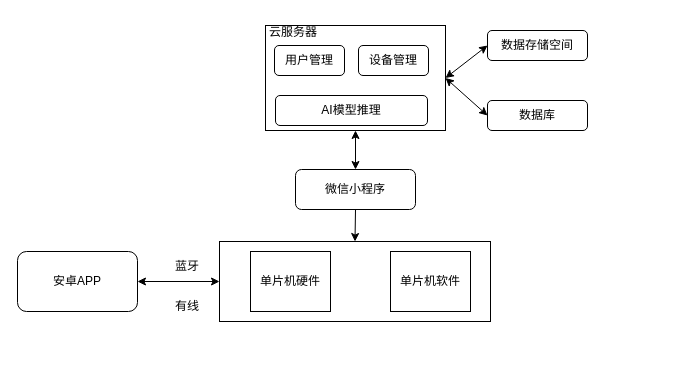
mailonghua/drawio keeps this draw.io diagram as WorkSpace/Coffe.drawio. Above is the earlier version. Source tidied: cells renumbered, new cells numbered last; positions are measured from the earlier drawing's top-left corner, leaving out a move shared by most shapes. Both pictures are drawn from the tidied source at 100%, with x=0, y=0 at pixel (17, 17).
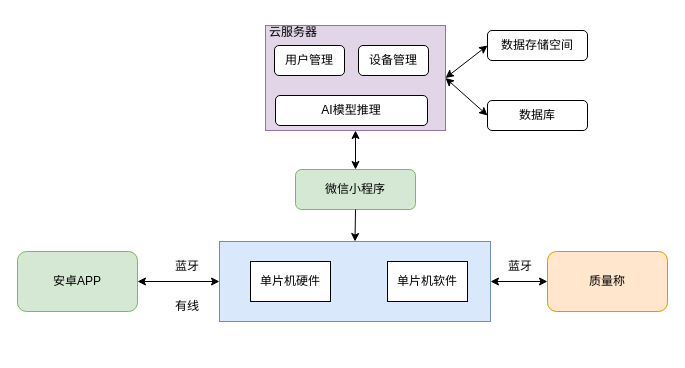
Above is the later version.

The edit, as a diff of the source:
```diff
@@
-    <mxCell id="2" value="安卓APP" style="rounded=1;whiteSpace=wrap;html=1;" parent="1" vertex="1">
+    <mxCell id="2" value="安卓APP" style="rounded=1;whiteSpace=wrap;html=1;fillColor=#d5e8d4;strokeColor=#82b366;" parent="1" vertex="1">
       <mxGeometry y="234" width="120" height="60" as="geometry" />
     </mxCell>
-    <mxCell id="3" style="group;" parent="1" vertex="1">
-      <mxGeometry x="213" y="224" width="260" height="110" as="geometry" />
-    </mxCell>
-    <mxCell id="4" style="rounded=0;whiteSpace=wrap;html=1;" parent="3" vertex="1">
-      <mxGeometry x="-11" width="271" height="80" as="geometry" />
-    </mxCell>
-    <mxCell id="5" value="单片机硬件" style="rounded=0;whiteSpace=wrap;html=1;" parent="3" vertex="1">
-      <mxGeometry x="20" y="10" width="80" height="60" as="geometry" />
-    </mxCell>
-    <mxCell id="6" value="单片机软件" style="rounded=0;whiteSpace=wrap;html=1;" parent="3" vertex="1">
-      <mxGeometry x="160" y="10" width="80" height="60" as="geometry" />
-    </mxCell>
@@
-    <mxCell id="11" value="微信小程序" style="rounded=1;whiteSpace=wrap;html=1;" parent="1" vertex="1">
+    <mxCell id="11" value="微信小程序" style="rounded=1;whiteSpace=wrap;html=1;fillColor=#d5e8d4;strokeColor=#82b366;" parent="1" vertex="1">
       <mxGeometry x="278" y="152" width="120" height="40" as="geometry" />
     </mxCell>
@@
-    <mxCell id="17" style="group;" parent="1" vertex="1">
-      <mxGeometry x="246" width="182" height="113" as="geometry" />
-    </mxCell>
+    <mxCell id="23" value="质量称" style="rounded=1;whiteSpace=wrap;html=1;fillColor=#ffe6cc;strokeColor=#d79b00;" parent="1" vertex="1">
+      <mxGeometry x="530" y="234" width="120" height="60" as="geometry" />
+    </mxCell>
+    <mxCell id="24" style="edgeStyle=orthogonalEdgeStyle;rounded=0;jettySize=auto;html=1;exitX=1;exitY=0.5;exitDx=0;exitDy=0;entryX=0;entryY=0.5;entryDx=0;entryDy=0;startArrow=classic;startFill=1;" parent="1" edge="1" source="4" target="23">
+      <mxGeometry relative="1" as="geometry" />
+    </mxCell>
+    <mxCell id="25" value="蓝牙" style="text;strokeColor=none;align=center;fillColor=none;html=1;verticalAlign=middle;whiteSpace=wrap;rounded=0;" parent="1" vertex="1">
+      <mxGeometry x="473" y="234" width="60" height="30" as="geometry" />
+    </mxCell>
+    <mxCell id="26" style="group;" parent="1" vertex="1">
+      <mxGeometry x="202" y="224" width="271" height="80" as="geometry" />
+    </mxCell>
+    <mxCell id="4" style="rounded=0;whiteSpace=wrap;html=1;fillColor=#dae8fc;strokeColor=#6c8ebf;" parent="26" vertex="1">
+      <mxGeometry width="271" height="80" as="geometry" />
+    </mxCell>
+    <mxCell id="5" value="单片机硬件" style="rounded=0;whiteSpace=wrap;html=1;" parent="26" vertex="1">
+      <mxGeometry x="31" y="20" width="80" height="40" as="geometry" />
+    </mxCell>
+    <mxCell id="6" value="单片机软件" style="rounded=0;whiteSpace=wrap;html=1;" parent="26" vertex="1">
+      <mxGeometry x="168" y="20" width="80" height="40" as="geometry" />
+    </mxCell>
-    <mxCell id="18" style="rounded=0;whiteSpace=wrap;html=1;" parent="17" vertex="1">
-      <mxGeometry x="2" y="8" width="180" height="105" as="geometry" />
+    <mxCell id="18" style="rounded=0;whiteSpace=wrap;html=1;fillColor=#e1d5e7;strokeColor=#9673a6;" parent="1" vertex="1">
+      <mxGeometry x="248" y="8" width="180" height="105" as="geometry" />
     </mxCell>
-    <mxCell id="19" value="用户管理" style="rounded=1;whiteSpace=wrap;html=1;" parent="17" vertex="1">
-      <mxGeometry x="11" y="28" width="70" height="30" as="geometry" />
+    <mxCell id="19" value="用户管理" style="rounded=1;whiteSpace=wrap;html=1;" parent="1" vertex="1">
+      <mxGeometry x="257" y="28" width="70" height="30" as="geometry" />
     </mxCell>
-    <mxCell id="20" value="设备管理" style="rounded=1;whiteSpace=wrap;html=1;" parent="17" vertex="1">
-      <mxGeometry x="95" y="28" width="70" height="30" as="geometry" />
+    <mxCell id="20" value="设备管理" style="rounded=1;whiteSpace=wrap;html=1;" parent="1" vertex="1">
+      <mxGeometry x="341" y="28" width="70" height="30" as="geometry" />
     </mxCell>
-    <mxCell id="21" value="AI模型推理" style="rounded=1;whiteSpace=wrap;html=1;" parent="17" vertex="1">
-      <mxGeometry x="12" y="78" width="152" height="30" as="geometry" />
+    <mxCell id="21" value="AI模型推理" style="rounded=1;whiteSpace=wrap;html=1;" parent="1" vertex="1">
+      <mxGeometry x="258" y="78" width="152" height="30" as="geometry" />
     </mxCell>
-    <mxCell id="22" value="云服务器" style="text;strokeColor=none;align=center;fillColor=none;html=1;verticalAlign=middle;whiteSpace=wrap;rounded=0;" parent="17" vertex="1">
-      <mxGeometry width="60" height="30" as="geometry" />
+    <mxCell id="22" value="云服务器" style="text;strokeColor=none;align=center;fillColor=none;html=1;verticalAlign=middle;whiteSpace=wrap;rounded=0;" parent="1" vertex="1">
+      <mxGeometry x="246" width="60" height="30" as="geometry" />
     </mxCell>
```
